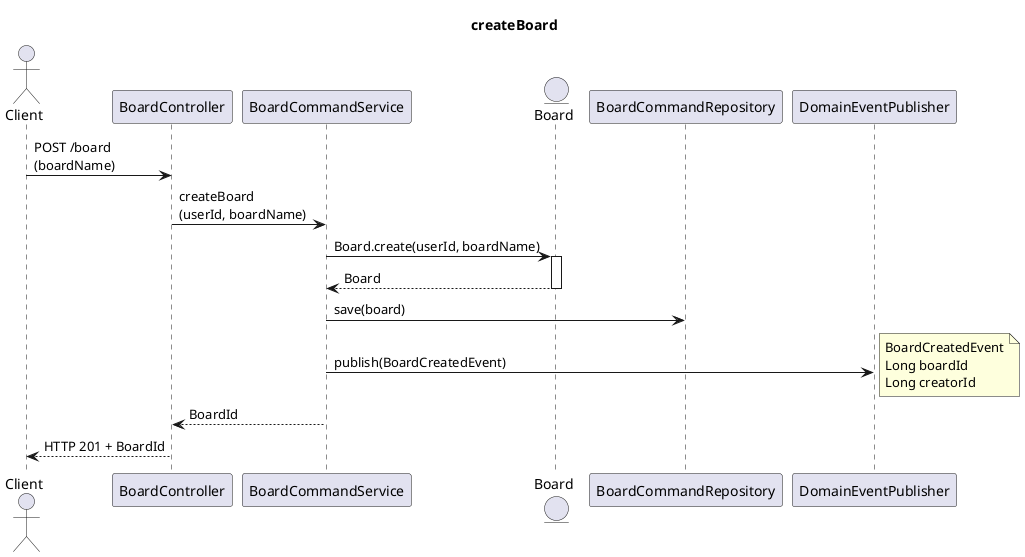
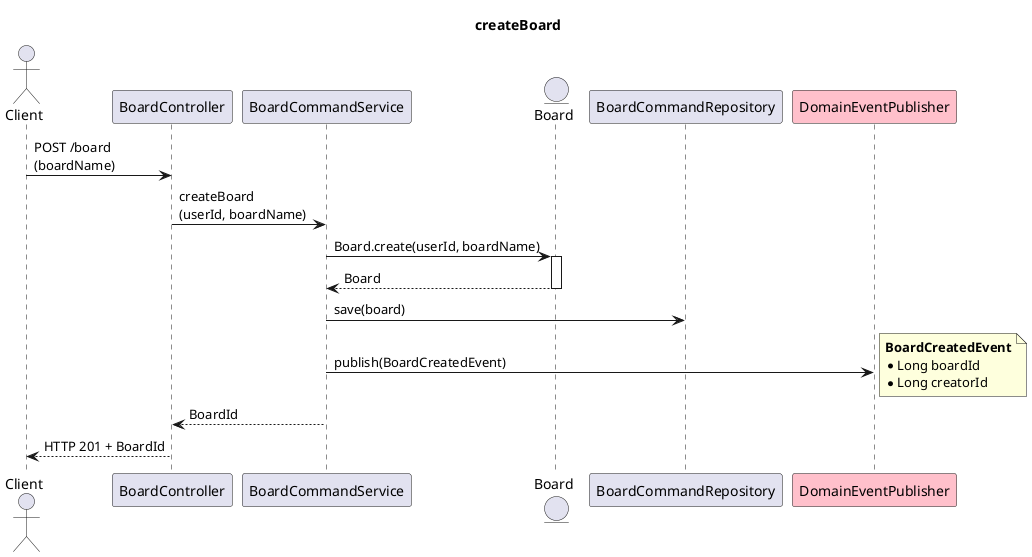
@startuml
title createBoard

actor Client
participant BoardController
participant BoardCommandService
Entity Board
participant BoardCommandRepository
- participant DomainEventPublisher
+ participant DomainEventPublisher #pink


Client -> BoardController : POST /board \n(boardName)

BoardController -> BoardCommandService : createBoard \n(userId, boardName)

BoardCommandService -> Board : Board.create(userId, boardName)

activate Board
Board --> BoardCommandService : Board
deactivate Board

BoardCommandService -> BoardCommandRepository : save(board)

BoardCommandService -> DomainEventPublisher : publish(BoardCreatedEvent)
note right
- BoardCreatedEvent
- Long boardId
- Long creatorId
+ <b>BoardCreatedEvent</b>
+ * Long boardId
+ * Long creatorId
end note

BoardCommandService --> BoardController : BoardId
BoardController --> Client : HTTP 201 + BoardId
@enduml